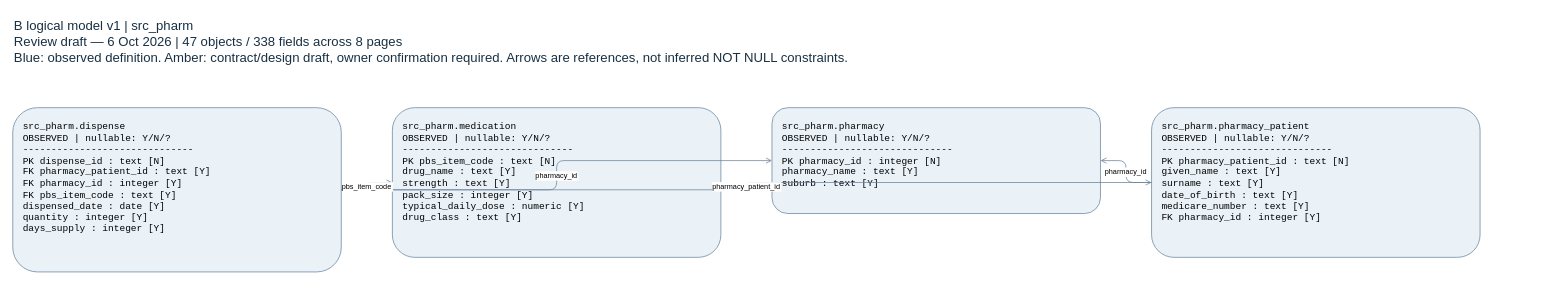
This is page "src_pharm" (4 of 9) of docs/logical_model_v1.drawio from LyphardRover/glucolink-a2, a draw.io file, before an edit. Source tidied: cells renumbered, new cells numbered last; positions are measured from the earlier drawing's top-left corner, leaving out a move shared by most shapes. Both pictures are drawn from the tidied source at 73%, with x=0, y=0 at pixel (12, 12).
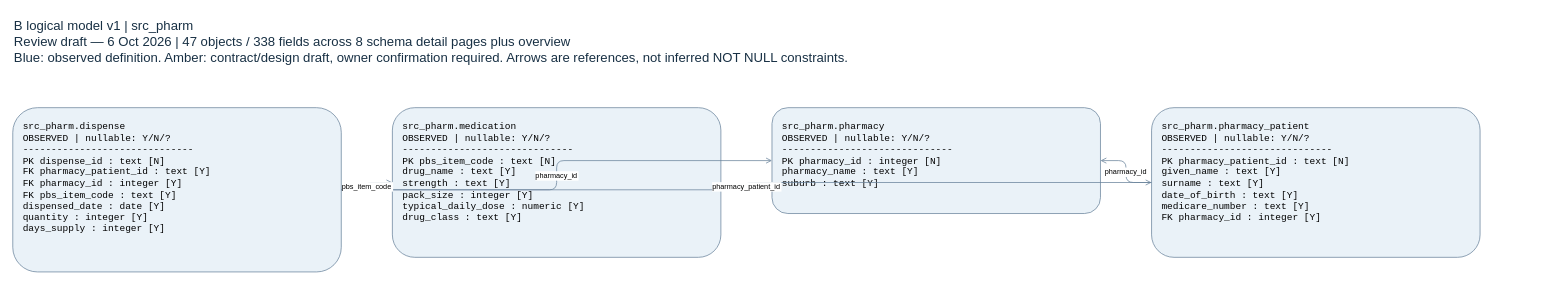
The same page after the edit.

Commit message (it also covers changes not shown here):
docs(B): add logical model overview to editable detail pages

Diff of the diagram source:
```diff
@@
 <mxGraphModel>
   <root>
     <mxCell id="0" />
     <mxCell id="1" parent="0" />
-    <mxCell id="2" value="B logical model v1 | src_pharm&#10;Review draft — 6 Oct 2026 | 47 objects / 338 fields across 8 pages&#10;Blue: observed definition. Amber: contract/design draft, owner confirmation required. Arrows are references, not inferred NOT NULL constraints." style="text;html=0;align=left;verticalAlign=top;fontSize=18;fontColor=#183044;" parent="1" vertex="1">
+    <mxCell id="2" value="B logical model v1 | src_pharm&#10;Review draft — 6 Oct 2026 | 47 objects / 338 fields across 8 schema detail pages plus overview&#10;Blue: observed definition. Amber: contract/design draft, owner confirmation required. Arrows are references, not inferred NOT NULL constraints." style="text;html=0;align=left;verticalAlign=top;fontSize=18;fontColor=#183044;" parent="1" vertex="1">
       <mxGeometry width="2100" height="120" as="geometry" />
     </mxCell>
     <mxCell id="3" value="src_pharm.dispense&#10;OBSERVED | nullable: Y/N/?&#10;------------------------------&#10;PK dispense_id : text [N]&#10;FK pharmacy_patient_id : text [Y]&#10;FK pharmacy_id : integer [Y]&#10;FK pbs_item_code : text [Y]&#10;   dispensed_date : date [Y]&#10;   quantity : integer [Y]&#10;   days_supply : integer [Y]" style="rounded=1;whiteSpace=wrap;html=0;align=left;verticalAlign=top;spacing=14;fontFamily=Courier New;fontSize=13;fillColor=#eaf2f8;strokeColor=#66809a;" parent="1" vertex="1">
       <mxGeometry y="130" width="450" height="225" as="geometry" />
     </mxCell>
     <mxCell id="4" value="src_pharm.medication&#10;OBSERVED | nullable: Y/N/?&#10;------------------------------&#10;PK pbs_item_code : text [N]&#10;   drug_name : text [Y]&#10;   strength : text [Y]&#10;   pack_size : integer [Y]&#10;   typical_daily_dose : numeric [Y]&#10;   drug_class : text [Y]" style="rounded=1;whiteSpace=wrap;html=0;align=left;verticalAlign=top;spacing=14;fontFamily=Courier New;fontSize=13;fillColor=#eaf2f8;strokeColor=#66809a;" parent="1" vertex="1">
       <mxGeometry x="520" y="130" width="450" height="205" as="geometry" />
     </mxCell>
     <mxCell id="5" value="src_pharm.pharmacy&#10;OBSERVED | nullable: Y/N/?&#10;------------------------------&#10;PK pharmacy_id : integer [N]&#10;   pharmacy_name : text [Y]&#10;   suburb : text [Y]" style="rounded=1;whiteSpace=wrap;html=0;align=left;verticalAlign=top;spacing=14;fontFamily=Courier New;fontSize=13;fillColor=#eaf2f8;strokeColor=#66809a;" parent="1" vertex="1">
       <mxGeometry x="1040" y="130" width="450" height="145" as="geometry" />
     </mxCell>
     <mxCell id="6" value="src_pharm.pharmacy_patient&#10;OBSERVED | nullable: Y/N/?&#10;------------------------------&#10;PK pharmacy_patient_id : text [N]&#10;   given_name : text [Y]&#10;   surname : text [Y]&#10;   date_of_birth : text [Y]&#10;   medicare_number : text [Y]&#10;FK pharmacy_id : integer [Y]" style="rounded=1;whiteSpace=wrap;html=0;align=left;verticalAlign=top;spacing=14;fontFamily=Courier New;fontSize=13;fillColor=#eaf2f8;strokeColor=#66809a;" parent="1" vertex="1">
       <mxGeometry x="1560" y="130" width="450" height="205" as="geometry" />
     </mxCell>
     <mxCell id="7" value="pharmacy_id" style="edgeStyle=orthogonalEdgeStyle;endArrow=open;strokeColor=#66809a;fontSize=10;labelBackgroundColor=#ffffff;" parent="1" edge="1" source="6" target="5">
       <mxGeometry relative="1" as="geometry" />
     </mxCell>
     <mxCell id="8" value="pharmacy_patient_id" style="edgeStyle=orthogonalEdgeStyle;endArrow=open;strokeColor=#66809a;fontSize=10;labelBackgroundColor=#ffffff;" parent="1" edge="1" source="3" target="6">
       <mxGeometry relative="1" as="geometry" />
     </mxCell>
     <mxCell id="9" value="pharmacy_id" style="edgeStyle=orthogonalEdgeStyle;endArrow=open;strokeColor=#66809a;fontSize=10;labelBackgroundColor=#ffffff;" parent="1" edge="1" source="3" target="5">
       <mxGeometry relative="1" as="geometry" />
     </mxCell>
     <mxCell id="10" value="pbs_item_code" style="edgeStyle=orthogonalEdgeStyle;endArrow=open;strokeColor=#66809a;fontSize=10;labelBackgroundColor=#ffffff;" parent="1" edge="1" source="3" target="4">
       <mxGeometry relative="1" as="geometry" />
     </mxCell>
   </root>
 </mxGraphModel>
```
